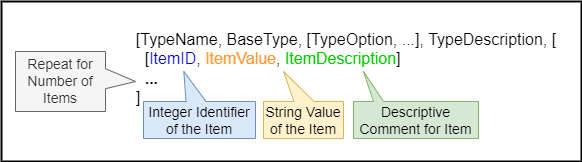
Before: images/JADN-with-items-json.drawio.png, a diagram exported from draw.io (oasis-tcs/openc2-jadn-im). Source tidied: cells renumbered, new cells last; positions are measured from the earlier drawing's top-left corner, leaving out a move shared by most shapes.
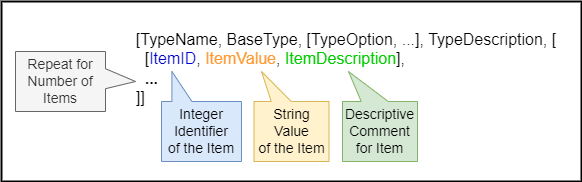
The same diagram one commit later.

Diff of the diagram source:
```diff
@@ -3,19 +3,19 @@
     <mxCell id="0" />
     <mxCell id="1" parent="0" />
     <mxCell id="2" style="rounded=0;whiteSpace=wrap;html=1;fontSize=16;fontColor=#00CC00;fillColor=none;strokeWidth=2;" parent="1" vertex="1">
-      <mxGeometry width="580" height="160" as="geometry" />
+      <mxGeometry width="580" height="180" as="geometry" />
     </mxCell>
-    <mxCell id="3" value="[&lt;font style=&quot;font-size: 16px;&quot;&gt;TypeName&lt;/font&gt;, &lt;font style=&quot;font-size: 16px;&quot;&gt;BaseType&lt;/font&gt;, &lt;font style=&quot;font-size: 16px;&quot;&gt;[TypeOption, ...]&lt;/font&gt;, &lt;font style=&quot;font-size: 16px;&quot;&gt;TypeDescription&lt;/font&gt;, [&lt;br&gt;&lt;div style=&quot;text-align: left;&quot;&gt;&lt;span style=&quot;background-color: initial;&quot;&gt;&amp;nbsp;&amp;nbsp;&lt;/span&gt;&lt;font style=&quot;background-color: initial;&quot;&gt;[&lt;font color=&quot;#0000cc&quot;&gt;ItemID&lt;/font&gt;, &lt;font color=&quot;#ff9933&quot;&gt;ItemValue&lt;/font&gt;, &lt;font color=&quot;#00cc00&quot;&gt;ItemDescription&lt;/font&gt;]&lt;/font&gt;&lt;/div&gt;&lt;div style=&quot;text-align: left;&quot;&gt;&lt;span style=&quot;background-color: initial;&quot;&gt;&amp;nbsp; &lt;b&gt;...&lt;/b&gt;&lt;/span&gt;&lt;/div&gt;&lt;div style=&quot;text-align: left;&quot;&gt;&lt;span style=&quot;background-color: initial;&quot;&gt;]&lt;/span&gt;&lt;/div&gt;" style="text;html=1;strokeColor=none;fillColor=none;align=center;verticalAlign=middle;whiteSpace=wrap;rounded=0;fontSize=16;" parent="1" vertex="1">
+    <mxCell id="3" value="[&lt;font style=&quot;font-size: 16px;&quot;&gt;TypeName&lt;/font&gt;, &lt;font style=&quot;font-size: 16px;&quot;&gt;BaseType&lt;/font&gt;, &lt;font style=&quot;font-size: 16px;&quot;&gt;[TypeOption, ...]&lt;/font&gt;, &lt;font style=&quot;font-size: 16px;&quot;&gt;TypeDescription&lt;/font&gt;, [&lt;br&gt;&lt;div style=&quot;text-align: left;&quot;&gt;&lt;span style=&quot;background-color: initial;&quot;&gt;&amp;nbsp;&amp;nbsp;&lt;/span&gt;&lt;font style=&quot;background-color: initial;&quot;&gt;[&lt;font color=&quot;#0000cc&quot;&gt;ItemID&lt;/font&gt;, &lt;font color=&quot;#ff9933&quot;&gt;ItemValue&lt;/font&gt;, &lt;font color=&quot;#00cc00&quot;&gt;ItemDescription&lt;/font&gt;],&lt;/font&gt;&lt;/div&gt;&lt;div style=&quot;text-align: left;&quot;&gt;&lt;span style=&quot;background-color: initial;&quot;&gt;&amp;nbsp; &lt;b&gt;...&lt;/b&gt;&lt;/span&gt;&lt;/div&gt;&lt;div style=&quot;text-align: left;&quot;&gt;&lt;span style=&quot;background-color: initial;&quot;&gt;]]&lt;/span&gt;&lt;/div&gt;" style="text;html=1;strokeColor=none;fillColor=none;align=center;verticalAlign=middle;whiteSpace=wrap;rounded=0;fontSize=16;" parent="1" vertex="1">
       <mxGeometry x="110" y="52" width="470" height="30" as="geometry" />
     </mxCell>
-    <mxCell id="4" value="String Value &lt;br&gt;of the Item" style="shape=callout;whiteSpace=wrap;html=1;perimeter=calloutPerimeter;fontSize=14;fillColor=#fff2cc;strokeColor=#d6b656;position2=0.25;flipV=1;base=20;size=30;position=0.38;" parent="1" vertex="1">
-      <mxGeometry x="262" y="70" width="80" height="67" as="geometry" />
+    <mxCell id="4" value="String Value &lt;br&gt;of the Item" style="shape=callout;whiteSpace=wrap;html=1;perimeter=calloutPerimeter;fontSize=14;fillColor=#fff2cc;strokeColor=#d6b656;position2=0.1;flipV=1;base=20;size=30;position=0.23;" parent="1" vertex="1">
+      <mxGeometry x="252.5" y="70" width="75" height="90" as="geometry" />
     </mxCell>
-    <mxCell id="5" value="Integer Identifier &lt;br&gt;of the Item" style="shape=callout;whiteSpace=wrap;html=1;perimeter=calloutPerimeter;fontSize=14;fillColor=#dae8fc;strokeColor=#6c8ebf;flipV=1;size=30;position=0.38;position2=0.36;" parent="1" vertex="1">
-      <mxGeometry x="142" y="70" width="112" height="67" as="geometry" />
+    <mxCell id="5" value="Integer Identifier &lt;br&gt;of the Item" style="shape=callout;whiteSpace=wrap;html=1;perimeter=calloutPerimeter;fontSize=14;fillColor=#dae8fc;strokeColor=#6c8ebf;flipV=1;size=30;position=0.13;position2=0.13;" parent="1" vertex="1">
+      <mxGeometry x="160" y="70" width="80" height="90" as="geometry" />
     </mxCell>
-    <mxCell id="6" value="Descriptive Comment for Item" style="shape=callout;whiteSpace=wrap;html=1;perimeter=calloutPerimeter;fontSize=14;fillColor=#d5e8d4;strokeColor=#82b366;flipV=1;size=30;position=0.16;base=10;position2=0.08;" parent="1" vertex="1">
-      <mxGeometry x="352" y="70" width="125" height="67" as="geometry" />
+    <mxCell id="6" value="Descriptive Comment for Item" style="shape=callout;whiteSpace=wrap;html=1;perimeter=calloutPerimeter;fontSize=14;fillColor=#d5e8d4;strokeColor=#82b366;flipV=1;size=30;position=0.25;base=27;position2=0.08;" parent="1" vertex="1">
+      <mxGeometry x="341" y="70" width="75" height="90" as="geometry" />
     </mxCell>
     <mxCell id="7" value="Repeat for Number of Items" style="shape=callout;whiteSpace=wrap;html=1;perimeter=calloutPerimeter;fontSize=14;fillColor=#f5f5f5;strokeColor=#666666;flipV=0;size=30;position=0.38;position2=0.5;fontColor=#333333;direction=north;" parent="1" vertex="1">
       <mxGeometry x="14" y="50" width="120" height="60" as="geometry" />
```
